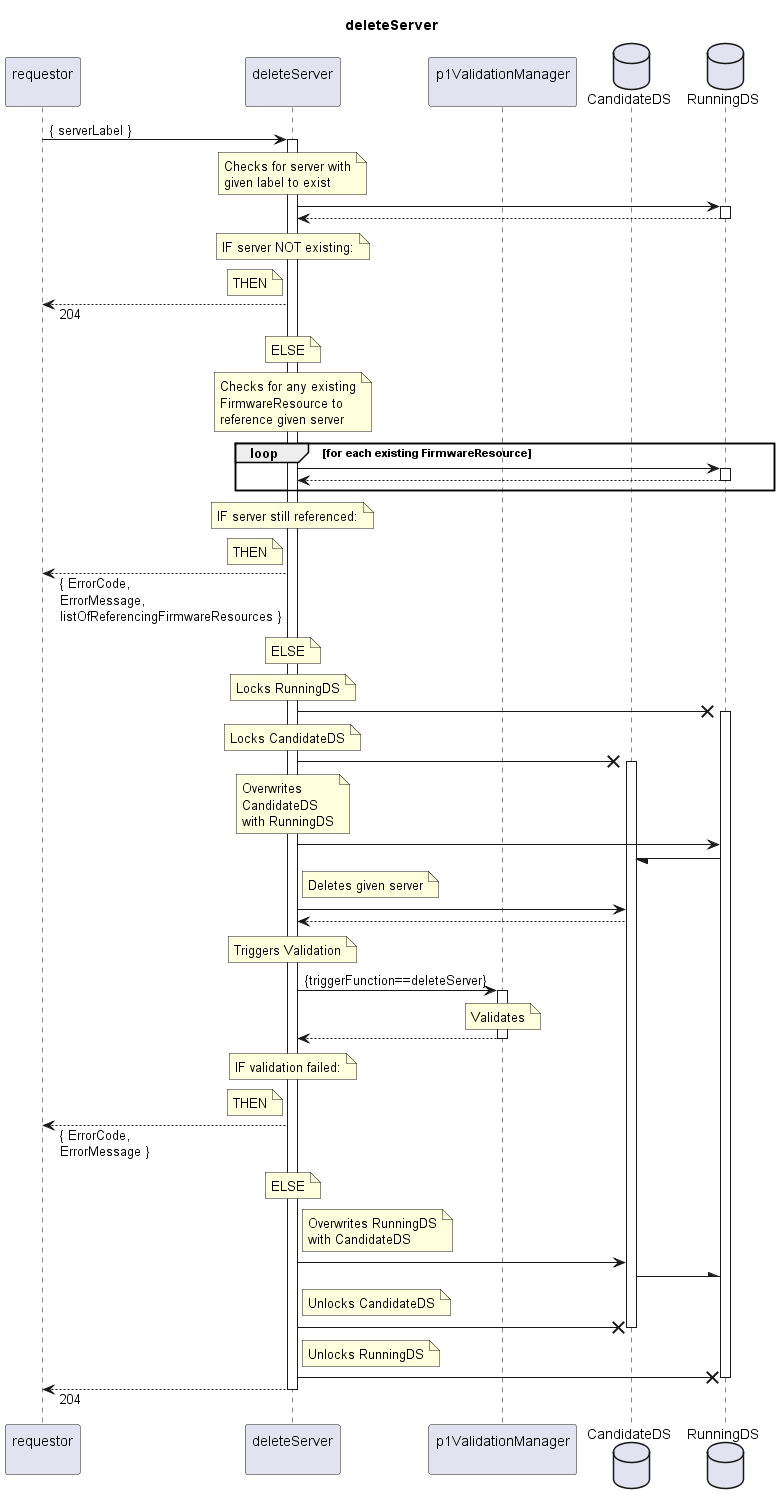
Before: spec/Services/deleteServer/1.0.0/deleteServer.png, a diagram exported from PlantUML (openBackhaul/FirmWareManager).
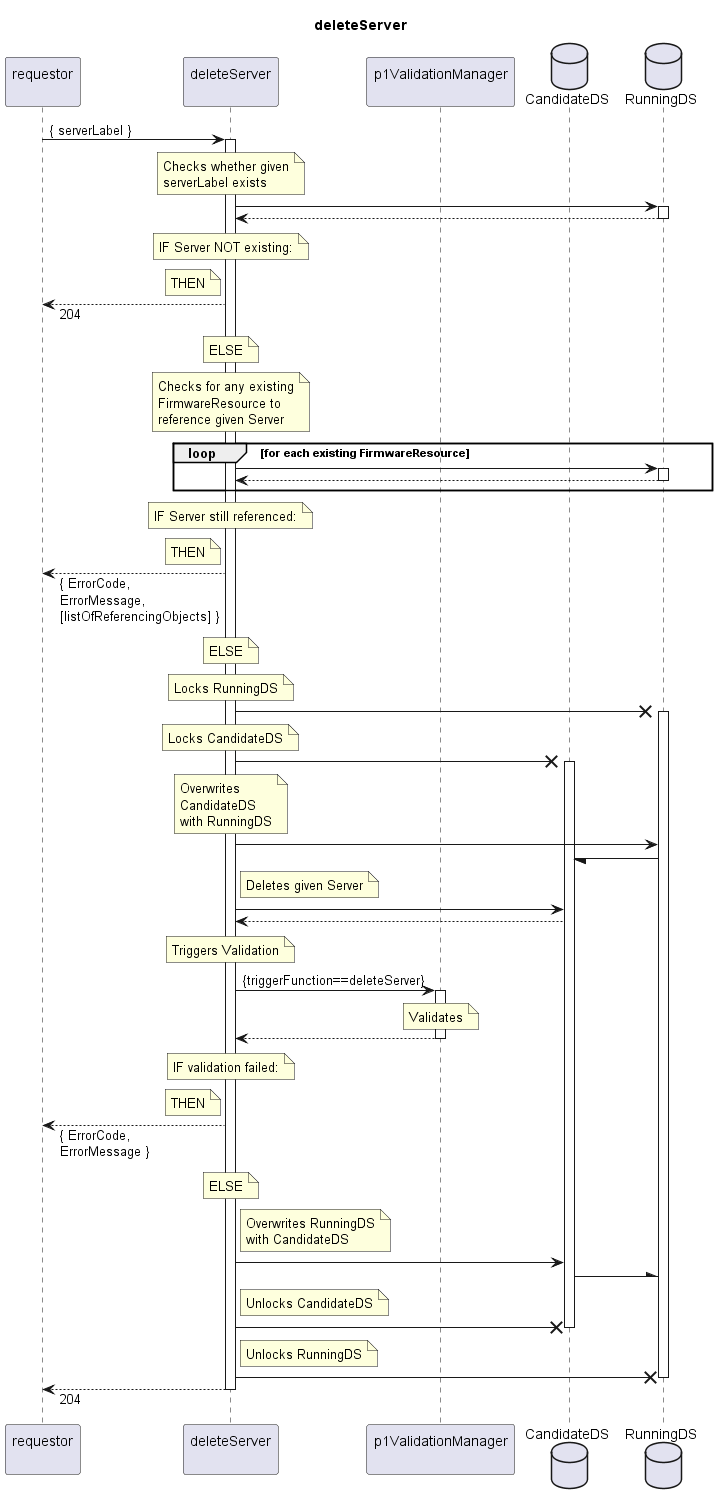
After the change.

What changed in the source:
```diff
@@ -15,15 +15,15 @@
 activate delServer
 
   note over delServer
-    Checks for server with
-    given label to exist
+    Checks whether given
+    serverLabel exists
   end note
   delServer -> RunDS
   activate RunDS
   delServer <-- RunDS
   deactivate RunDS
   note over delServer
-    IF server NOT existing:
+    IF Server NOT existing:
   end note
   note left delServer
     THEN
@@ -36,7 +36,7 @@
   note over delServer
     Checks for any existing
     FirmwareResource to
-    reference given server
+    reference given Server
   end note
   loop for each existing FirmwareResource
     delServer -> RunDS
@@ -45,12 +45,12 @@
     deactivate RunDS
   end loop
   note over delServer
-    IF server still referenced:
+    IF Server still referenced:
   end note
   note left delServer
     THEN
   end note
-  requestor <-- delServer: { ErrorCode,\nErrorMessage,\nlistOfReferencingFirmwareResources }
+  requestor <-- delServer: { ErrorCode,\nErrorMessage,\n[listOfReferencingObjects] }
   note over delServer
     ELSE
   end note
@@ -74,7 +74,7 @@
   RunDS -/ CanDS
 
   note right delServer
-    Deletes given server
+    Deletes given Server
   end note
   delServer -> CanDS
   delServer <-- CanDS
```
